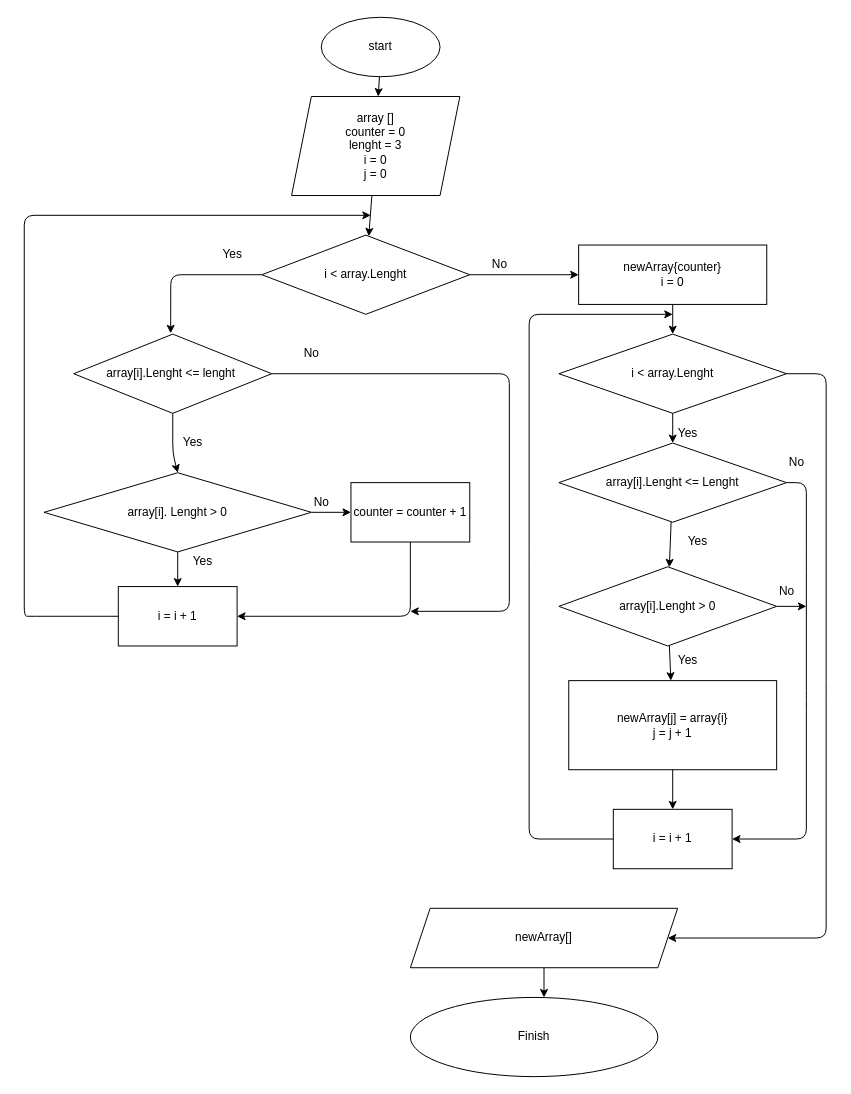
Nikpell/C_-_Seminar_and_HomeWork keeps this draw.io diagram as Home_Work/FinalTestWork/algoritm.drawio. Above is the earlier version. Source tidied: cells renumbered, new cells numbered last; positions are measured from the earlier drawing's top-left corner, leaving out a move shared by most shapes. Both pictures are drawn from the tidied source at 99%, with x=0, y=0 at pixel (24, 17).
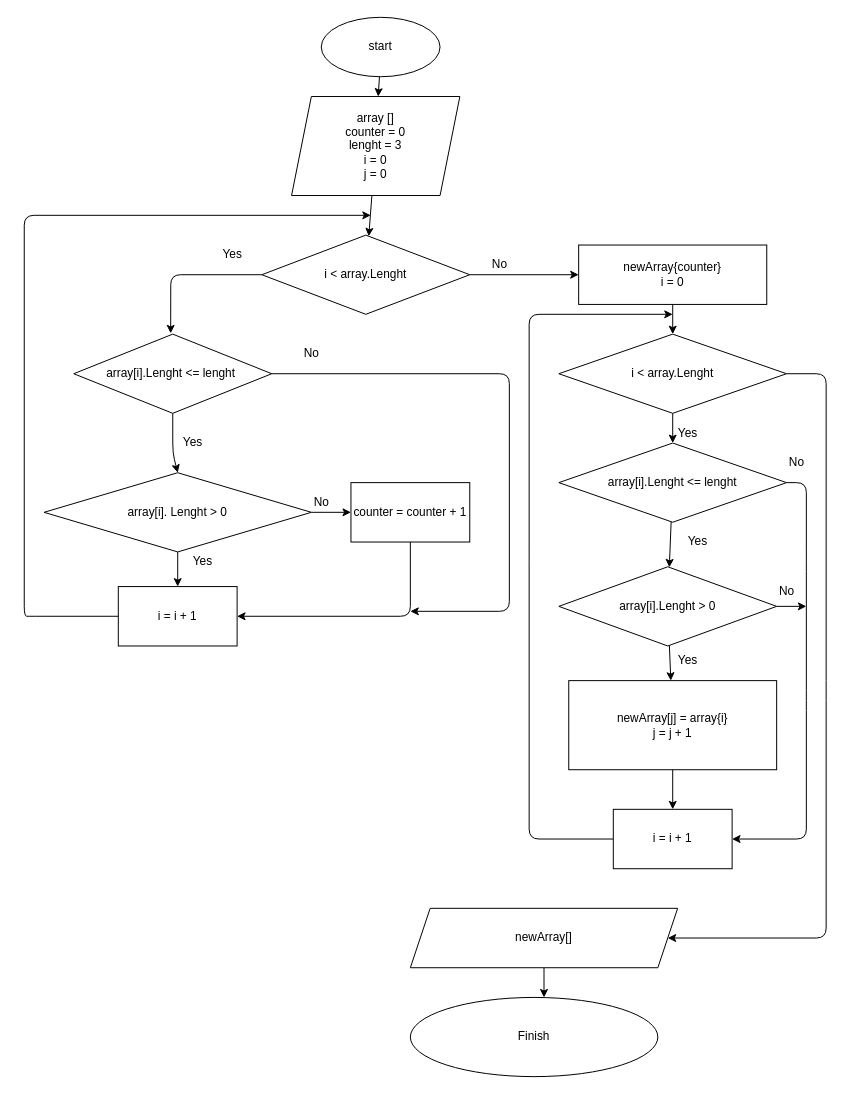
The same page after the edit.

Change to the diagram source:
```diff
@@
-    <mxCell id="32" value="array[i].Lenght &amp;lt;= Lenght" style="rhombus;whiteSpace=wrap;html=1;" parent="1" vertex="1">
+    <mxCell id="32" value="array[i].Lenght &amp;lt;= lenght" style="rhombus;whiteSpace=wrap;html=1;" parent="1" vertex="1">
       <mxGeometry x="540" y="430" width="230" height="80" as="geometry" />
     </mxCell>
```
